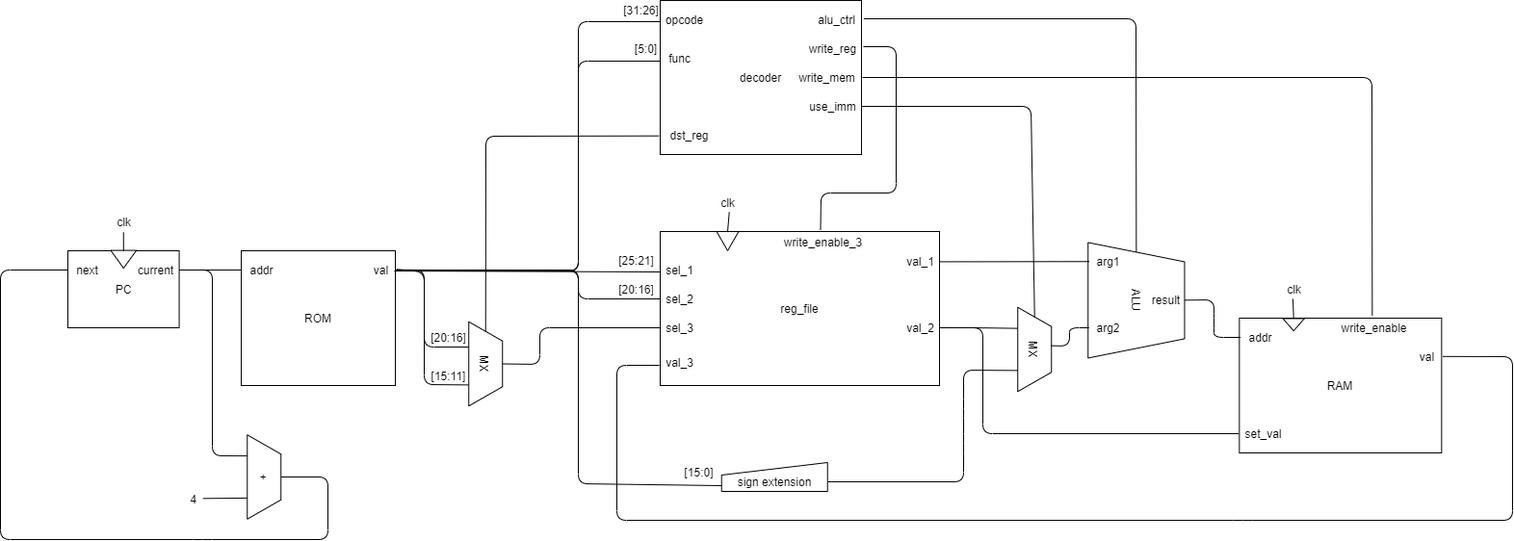
Earlier version of the draw.io export doc/img/architecture.drawio.png (0n1shi/fpga-mips). Source tidied: cells renumbered, new cells last; positions are measured from the earlier drawing's top-left corner, leaving out a move shared by most shapes.
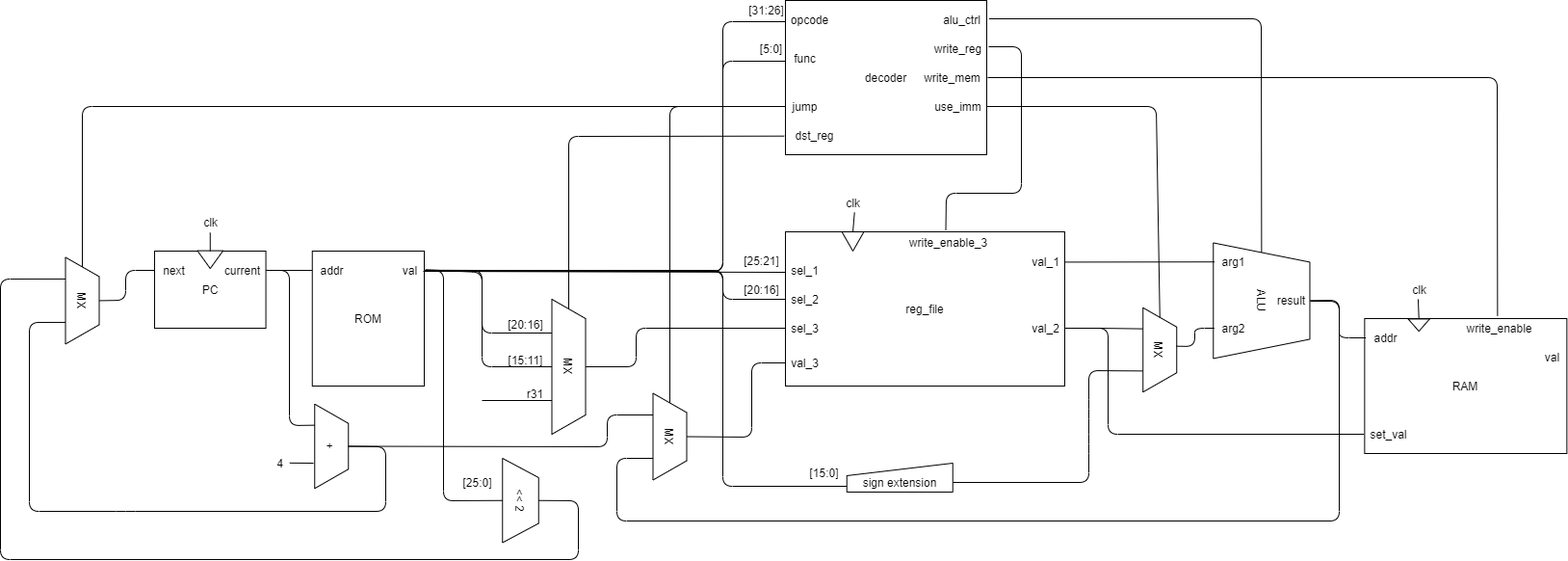
After the commit.

Commit message:
update arch img for "jal"

The edit, as a diff of the source:
```diff
@@ -3,7 +3,7 @@
     <mxCell id="0" />
     <mxCell id="1" parent="0" />
     <mxCell id="2" style="group;" parent="1" vertex="1">
-      <mxGeometry x="70" y="260" width="130" height="80" as="geometry" />
+      <mxGeometry x="30" y="260" width="130" height="80" as="geometry" />
     </mxCell>
     <mxCell id="3" value="PC" style="rounded=0;whiteSpace=wrap;html=1;" parent="2" vertex="1">
       <mxGeometry width="115.6" height="80" as="geometry" />
@@ -21,19 +21,19 @@
       <mxGeometry relative="1" as="geometry" />
     </mxCell>
     <mxCell id="8" value="clk" style="text;html=1;align=center;verticalAlign=middle;points=[];" parent="1" vertex="1">
-      <mxGeometry x="112.8" y="220" width="30" height="20" as="geometry" />
+      <mxGeometry x="72.8" y="220" width="30" height="20" as="geometry" />
     </mxCell>
     <mxCell id="9" style="group;" parent="1" vertex="1">
-      <mxGeometry x="250" y="260" width="160" height="140" as="geometry" />
+      <mxGeometry x="193.8" y="260" width="116.2" height="140" as="geometry" />
     </mxCell>
     <mxCell id="10" value="ROM" style="rounded=0;whiteSpace=wrap;html=1;" parent="9" vertex="1">
-      <mxGeometry width="160" height="140" as="geometry" />
+      <mxGeometry width="116.2" height="140" as="geometry" />
     </mxCell>
     <mxCell id="11" value="addr" style="text;html=1;align=center;verticalAlign=middle;" parent="9" vertex="1">
-      <mxGeometry x="1" y="10" width="40" height="20" as="geometry" />
+      <mxGeometry x="0.7" y="10" width="40" height="20" as="geometry" />
     </mxCell>
     <mxCell id="12" value="val" style="text;html=1;align=center;verticalAlign=middle;points=[];" parent="9" vertex="1">
-      <mxGeometry x="130" y="10" width="30" height="20" as="geometry" />
+      <mxGeometry x="86.3" y="10" width="30" height="20" as="geometry" />
     </mxCell>
     <mxCell id="13" style="endArrow=none;html=1;entryX=-0.001;entryY=0.143;entryDx=0;entryDy=0;entryPerimeter=0;exitX=1.089;exitY=0.501;exitDx=0;exitDy=0;exitPerimeter=0;" parent="1" edge="1" source="6" target="10">
       <mxGeometry relative="1" as="geometry" />
@@ -50,8 +50,8 @@
     <mxCell id="17" style="endArrow=none;html=1;exitX=0;exitY=0.8;exitDx=0;exitDy=0;entryX=0.97;entryY=0.55;entryDx=0;entryDy=0;entryPerimeter=0;exitPerimeter=0;" parent="1" edge="1" source="20" target="12">
       <mxGeometry relative="1" as="geometry">
         <Array as="points">
-          <mxPoint x="600" y="502" />
-          <mxPoint x="600" y="281" />
+          <mxPoint x="620" y="504" />
+          <mxPoint x="620" y="281" />
         </Array>
       </mxGeometry>
     </mxCell>
@@ -144,58 +144,49 @@
     <mxCell id="44" style="endArrow=none;html=1;exitX=0;exitY=0.5;exitDx=0;exitDy=0;entryX=0.475;entryY=1;entryDx=0;entryDy=0;entryPerimeter=0;" parent="1" edge="1" source="43" target="59">
       <mxGeometry relative="1" as="geometry" />
     </mxCell>
-    <mxCell id="45" style="endArrow=none;html=1;exitX=1.02;exitY=0.49;exitDx=0;exitDy=0;exitPerimeter=0;entryX=0.75;entryY=1;entryDx=0;entryDy=0;" parent="1" edge="1" source="12" target="71">
+    <mxCell id="45" style="endArrow=none;html=1;exitX=1.02;exitY=0.49;exitDx=0;exitDy=0;exitPerimeter=0;entryX=0.5;entryY=1;entryDx=0;entryDy=0;" parent="1" edge="1" source="12" target="71">
       <mxGeometry relative="1" as="geometry">
         <Array as="points">
-          <mxPoint x="440" y="280" />
-          <mxPoint x="440" y="399" />
+          <mxPoint x="370" y="280" />
+          <mxPoint x="370" y="380" />
         </Array>
       </mxGeometry>
     </mxCell>
-    <mxCell id="46" style="endArrow=none;html=1;entryX=1.045;entryY=0.49;entryDx=0;entryDy=0;entryPerimeter=0;exitX=-0.025;exitY=0.664;exitDx=0;exitDy=0;exitPerimeter=0;" parent="1" edge="1" source="27" target="40">
-      <mxGeometry relative="1" as="geometry">
-        <Array as="points">
-          <mxPoint x="640" y="379" />
-          <mxPoint x="640" y="540" />
-          <mxPoint x="1290" y="540" />
-          <mxPoint x="1570" y="540" />
-          <mxPoint x="1570" y="370" />
-        </Array>
-      </mxGeometry>
-    </mxCell>
     <mxCell id="47" value="+" style="shape=trapezoid;perimeter=trapezoidPerimeter;whiteSpace=wrap;html=1;fixedSize=1;align=center;rotation=90;" parent="1" vertex="1">
-      <mxGeometry x="230" y="477.5" width="87.5" height="35" as="geometry" />
+      <mxGeometry x="170" y="445" width="87.5" height="35" as="geometry" />
     </mxCell>
     <mxCell id="48" style="endArrow=none;html=1;entryX=0.25;entryY=1;entryDx=0;entryDy=0;exitX=1;exitY=0.25;exitDx=0;exitDy=0;" parent="1" edge="1" source="3" target="47">
       <mxGeometry relative="1" as="geometry">
         <Array as="points">
-          <mxPoint x="220" y="280" />
-          <mxPoint x="220" y="473" />
+          <mxPoint x="170" y="280" />
+          <mxPoint x="170" y="441" />
         </Array>
       </mxGeometry>
     </mxCell>
-    <mxCell id="49" style="endArrow=none;html=1;exitX=0.5;exitY=0;exitDx=0;exitDy=0;entryX=0;entryY=0.25;entryDx=0;entryDy=0;" parent="1" edge="1" source="47" target="3">
+    <mxCell id="49" style="endArrow=none;html=1;exitX=0.5;exitY=0;exitDx=0;exitDy=0;entryX=0.75;entryY=1;entryDx=0;entryDy=0;" parent="1" edge="1" source="47" target="90">
       <mxGeometry relative="1" as="geometry">
         <Array as="points">
-          <mxPoint x="340" y="495" />
-          <mxPoint x="340" y="560" />
-          <mxPoint x="210" y="560" />
-          <mxPoint y="560" />
-          <mxPoint y="280" />
+          <mxPoint x="270" y="463" />
+          <mxPoint x="270" y="530" />
+          <mxPoint y="530" />
+          <mxPoint x="-100" y="530" />
+          <mxPoint x="-100" y="334" />
         </Array>
       </mxGeometry>
     </mxCell>
-    <mxCell id="50" style="endArrow=none;html=1;entryX=0.75;entryY=1;entryDx=0;entryDy=0;exitX=1.017;exitY=0.492;exitDx=0;exitDy=0;exitPerimeter=0;" parent="1" edge="1" source="51" target="47">
-      <mxGeometry relative="1" as="geometry" />
+    <mxCell id="50" style="endArrow=none;html=1;exitX=1.017;exitY=0.492;exitDx=0;exitDy=0;exitPerimeter=0;" parent="1" edge="1" source="51">
+      <mxGeometry relative="1" as="geometry">
+        <mxPoint x="195" y="480" as="targetPoint" />
+      </mxGeometry>
     </mxCell>
     <mxCell id="51" value="4" style="text;html=1;align=center;verticalAlign=middle;points=[];" parent="1" vertex="1">
-      <mxGeometry x="190" y="507.5" width="20" height="20" as="geometry" />
+      <mxGeometry x="150" y="470" width="20" height="20" as="geometry" />
     </mxCell>
-    <mxCell id="52" style="endArrow=none;html=1;exitX=1.056;exitY=0.467;exitDx=0;exitDy=0;exitPerimeter=0;entryX=0.3;entryY=0.979;entryDx=0;entryDy=0;entryPerimeter=0;" parent="1" edge="1" source="12" target="71">
+    <mxCell id="52" style="endArrow=none;html=1;exitX=1.056;exitY=0.467;exitDx=0;exitDy=0;exitPerimeter=0;entryX=0.25;entryY=1;entryDx=0;entryDy=0;" parent="1" edge="1" source="12" target="71">
       <mxGeometry relative="1" as="geometry">
         <Array as="points">
-          <mxPoint x="440" y="282" />
-          <mxPoint x="440" y="360" />
+          <mxPoint x="370" y="282" />
+          <mxPoint x="370" y="345" />
         </Array>
       </mxGeometry>
     </mxCell>
@@ -212,6 +203,7 @@
     <mxCell id="55" style="edgeStyle=elbowEdgeStyle;elbow=horizontal;endArrow=none;html=1;entryX=0;entryY=0.6;entryDx=0;entryDy=0;entryPerimeter=0;exitX=1.05;exitY=0.55;exitDx=0;exitDy=0;exitPerimeter=0;endFill=0;" parent="1" edge="1" source="12" target="62">
       <mxGeometry relative="1" as="geometry">
         <Array as="points">
+          <mxPoint x="620" y="220" />
           <mxPoint x="600" y="160" />
         </Array>
       </mxGeometry>
@@ -219,6 +211,7 @@
     <mxCell id="56" style="edgeStyle=elbowEdgeStyle;elbow=horizontal;endArrow=none;html=1;entryX=0.025;entryY=0.65;entryDx=0;entryDy=0;entryPerimeter=0;exitX=0.975;exitY=0.55;exitDx=0;exitDy=0;exitPerimeter=0;endFill=0;" parent="1" edge="1" source="12" target="64">
       <mxGeometry relative="1" as="geometry">
         <Array as="points">
+          <mxPoint x="620" y="220" />
           <mxPoint x="600" y="180" />
         </Array>
       </mxGeometry>
@@ -279,35 +272,31 @@
     <mxCell id="70" value="dst_reg" style="text;html=1;align=center;verticalAlign=middle;points=[];" parent="1" vertex="1">
       <mxGeometry x="685" y="130" width="60" height="20" as="geometry" />
     </mxCell>
-    <mxCell id="71" value="MX" style="shape=trapezoid;perimeter=trapezoidPerimeter;whiteSpace=wrap;html=1;fixedSize=1;align=center;rotation=90;" parent="1" vertex="1">
-      <mxGeometry x="460" y="360" width="87.5" height="35" as="geometry" />
-    </mxCell>
+    <mxCell id="84" style="edgeStyle=orthogonalEdgeStyle;rounded=0;jettySize=auto;html=1;exitX=0.75;exitY=1;exitDx=0;exitDy=0;endArrow=none;endFill=0;" parent="1" edge="1" source="71">
+      <mxGeometry relative="1" as="geometry">
+        <mxPoint x="370" y="415" as="targetPoint" />
+      </mxGeometry>
+    </mxCell>
     <mxCell id="72" style="endArrow=none;html=1;entryX=-0.022;entryY=0.534;entryDx=0;entryDy=0;entryPerimeter=0;exitX=0;exitY=0.5;exitDx=0;exitDy=0;" parent="1" edge="1" source="71" target="70">
       <mxGeometry relative="1" as="geometry">
         <Array as="points">
-          <mxPoint x="504" y="141" />
+          <mxPoint x="460" y="141" />
         </Array>
       </mxGeometry>
     </mxCell>
-    <mxCell id="73" value="[20:16]" style="text;html=1;align=center;verticalAlign=middle;" parent="1" vertex="1">
-      <mxGeometry x="440" y="340" width="50" height="20" as="geometry" />
-    </mxCell>
-    <mxCell id="74" value="[15:11]" style="text;html=1;align=center;verticalAlign=middle;" parent="1" vertex="1">
-      <mxGeometry x="440" y="380" width="50" height="20" as="geometry" />
-    </mxCell>
     <mxCell id="75" style="endArrow=none;html=1;exitX=0.5;exitY=0;exitDx=0;exitDy=0;entryX=-0.012;entryY=0.5;entryDx=0;entryDy=0;entryPerimeter=0;" parent="1" edge="1" source="71" target="26">
       <mxGeometry relative="1" as="geometry">
         <Array as="points">
-          <mxPoint x="560" y="378" />
-          <mxPoint x="560" y="340" />
+          <mxPoint x="530" y="380" />
+          <mxPoint x="530" y="340" />
         </Array>
       </mxGeometry>
     </mxCell>
     <mxCell id="76" style="endArrow=none;html=1;entryX=1;entryY=0.5;entryDx=0;entryDy=0;entryPerimeter=0;exitX=0;exitY=0.5;exitDx=0;exitDy=0;exitPerimeter=0;" parent="1" edge="1" source="25" target="12">
       <mxGeometry relative="1" as="geometry">
         <Array as="points">
-          <mxPoint x="600" y="310" />
-          <mxPoint x="600" y="280" />
+          <mxPoint x="620" y="310" />
+          <mxPoint x="620" y="280" />
         </Array>
       </mxGeometry>
     </mxCell>
@@ -352,5 +341,101 @@
         </Array>
       </mxGeometry>
     </mxCell>
+    <mxCell id="85" value="&amp;lt;&amp;lt; 2" style="shape=trapezoid;perimeter=trapezoidPerimeter;whiteSpace=wrap;html=1;fixedSize=1;align=center;rotation=90;" parent="1" vertex="1">
+      <mxGeometry x="366.2" y="500" width="87.5" height="37.5" as="geometry" />
+    </mxCell>
+    <mxCell id="86" style="endArrow=none;html=1;entryX=0.5;entryY=1;entryDx=0;entryDy=0;exitX=1;exitY=0.5;exitDx=0;exitDy=0;exitPerimeter=0;" parent="1" edge="1" source="12" target="85">
+      <mxGeometry relative="1" as="geometry">
+        <Array as="points">
+          <mxPoint x="330" y="280" />
+          <mxPoint x="330" y="519" />
+        </Array>
+      </mxGeometry>
+    </mxCell>
+    <mxCell id="87" value="[25:0]" style="text;html=1;align=center;verticalAlign=middle;" parent="1" vertex="1">
+      <mxGeometry x="340" y="490" width="50" height="20" as="geometry" />
+    </mxCell>
+    <mxCell id="88" style="endArrow=none;html=1;exitX=0.5;exitY=0;exitDx=0;exitDy=0;entryX=0.25;entryY=1;entryDx=0;entryDy=0;" parent="1" edge="1" source="85" target="90">
+      <mxGeometry relative="1" as="geometry">
+        <Array as="points">
+          <mxPoint x="470" y="519" />
+          <mxPoint x="470" y="580" />
+          <mxPoint x="-130" y="580" />
+          <mxPoint x="-130" y="289" />
+        </Array>
+      </mxGeometry>
+    </mxCell>
+    <mxCell id="89" value="jump" style="text;html=1;align=center;verticalAlign=middle;points=[];" parent="1" vertex="1">
+      <mxGeometry x="685" y="100" width="40" height="20" as="geometry" />
+    </mxCell>
+    <mxCell id="90" value="MX" style="shape=trapezoid;perimeter=trapezoidPerimeter;whiteSpace=wrap;html=1;fixedSize=1;align=center;rotation=90;" parent="1" vertex="1">
+      <mxGeometry x="-90" y="293.9" width="90" height="35" as="geometry" />
+    </mxCell>
+    <mxCell id="91" style="endArrow=none;html=1;exitX=0.5;exitY=0;exitDx=0;exitDy=0;entryX=0;entryY=0.5;entryDx=0;entryDy=0;entryPerimeter=0;" parent="1" edge="1" source="90" target="5">
+      <mxGeometry relative="1" as="geometry">
+        <Array as="points">
+          <mxPoint y="311" />
+          <mxPoint y="280" />
+        </Array>
+      </mxGeometry>
+    </mxCell>
+    <mxCell id="92" style="endArrow=none;html=1;entryX=0;entryY=0.5;entryDx=0;entryDy=0;entryPerimeter=0;exitX=0;exitY=0.5;exitDx=0;exitDy=0;" parent="1" edge="1" source="90" target="89">
+      <mxGeometry relative="1" as="geometry">
+        <Array as="points">
+          <mxPoint x="-45" y="110" />
+        </Array>
+      </mxGeometry>
+    </mxCell>
+    <mxCell id="93" value="MX" style="shape=trapezoid;perimeter=trapezoidPerimeter;whiteSpace=wrap;html=1;fixedSize=1;align=center;rotation=90;" parent="1" vertex="1">
+      <mxGeometry x="520" y="435" width="90" height="35" as="geometry" />
+    </mxCell>
+    <mxCell id="94" style="group;" parent="1" vertex="1">
+      <mxGeometry x="390" y="310" width="87.5" height="140" as="geometry" />
+    </mxCell>
+    <mxCell id="71" value="MX" style="shape=trapezoid;perimeter=trapezoidPerimeter;whiteSpace=wrap;html=1;fixedSize=1;align=center;rotation=90;" parent="94" vertex="1">
+      <mxGeometry y="52.5" width="140" height="35" as="geometry" />
+    </mxCell>
+    <mxCell id="73" value="[20:16]" style="text;html=1;align=center;verticalAlign=middle;" parent="94" vertex="1">
+      <mxGeometry y="16.2" width="50" height="20" as="geometry" />
+    </mxCell>
+    <mxCell id="74" value="[15:11]" style="text;html=1;align=center;verticalAlign=middle;" parent="94" vertex="1">
+      <mxGeometry y="52.5" width="50" height="20" as="geometry" />
+    </mxCell>
+    <mxCell id="95" value="r31" style="text;html=1;align=center;verticalAlign=middle;" parent="94" vertex="1">
+      <mxGeometry x="20" y="87.5" width="30" height="20" as="geometry" />
+    </mxCell>
+    <mxCell id="96" style="endArrow=none;html=1;exitX=0.5;exitY=0;exitDx=0;exitDy=0;entryX=0.25;entryY=1;entryDx=0;entryDy=0;" parent="1" edge="1" source="47" target="93">
+      <mxGeometry relative="1" as="geometry">
+        <Array as="points">
+          <mxPoint x="500" y="463" />
+          <mxPoint x="500" y="430" />
+        </Array>
+      </mxGeometry>
+    </mxCell>
+    <mxCell id="97" style="endArrow=none;html=1;entryX=0;entryY=0.514;entryDx=0;entryDy=0;entryPerimeter=0;exitX=0.5;exitY=0;exitDx=0;exitDy=0;" parent="1" edge="1" source="93" target="27">
+      <mxGeometry relative="1" as="geometry">
+        <Array as="points">
+          <mxPoint x="650" y="453" />
+          <mxPoint x="650" y="376" />
+        </Array>
+      </mxGeometry>
+    </mxCell>
+    <mxCell id="98" style="endArrow=none;html=1;entryX=0;entryY=0.5;entryDx=0;entryDy=0;entryPerimeter=0;exitX=0;exitY=0.5;exitDx=0;exitDy=0;" parent="1" edge="1" source="93" target="89">
+      <mxGeometry relative="1" as="geometry">
+        <Array as="points">
+          <mxPoint x="565" y="110" />
+        </Array>
+      </mxGeometry>
+    </mxCell>
+    <mxCell id="99" style="endArrow=none;html=1;entryX=1;entryY=0.528;entryDx=0;entryDy=0;entryPerimeter=0;exitX=0.75;exitY=1;exitDx=0;exitDy=0;" parent="1" edge="1" source="93" target="81">
+      <mxGeometry relative="1" as="geometry">
+        <Array as="points">
+          <mxPoint x="510" y="475" />
+          <mxPoint x="510" y="540" />
+          <mxPoint x="1260" y="540" />
+          <mxPoint x="1260" y="312" />
+        </Array>
+      </mxGeometry>
+    </mxCell>
   </root>
 </mxGraphModel>
```
